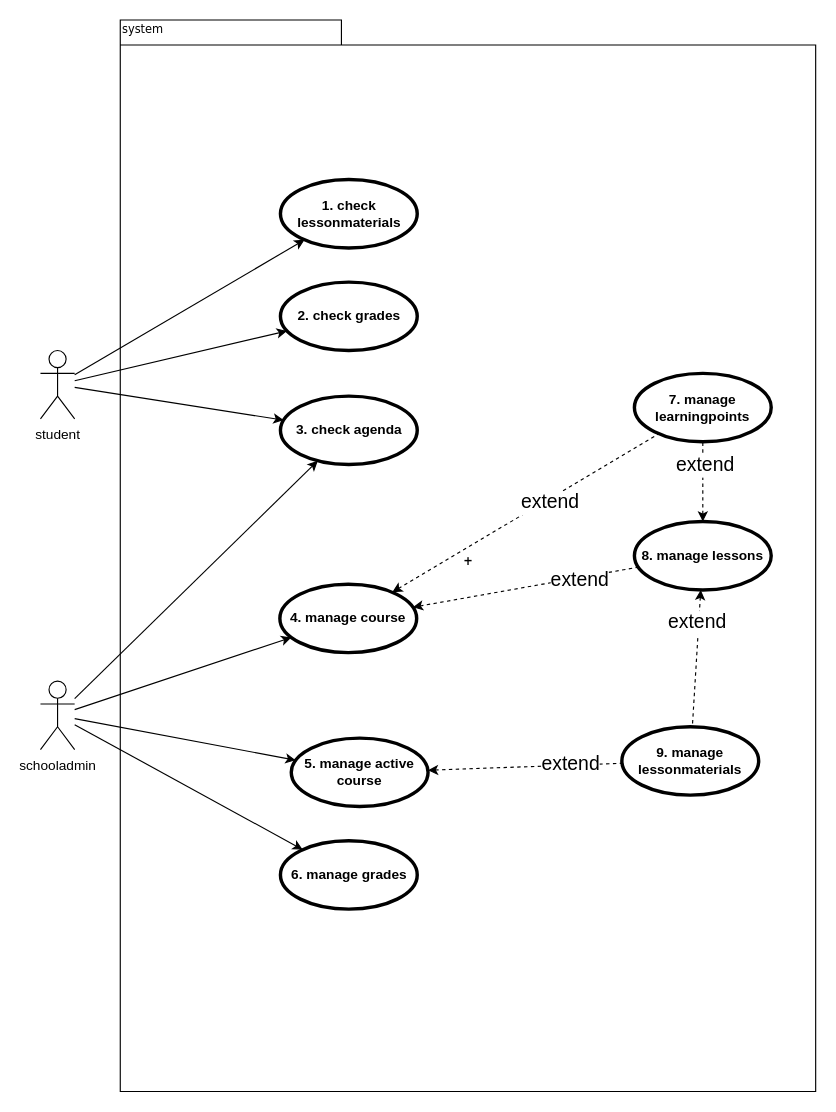
Earlier version of the draw.io diagram docu/diagrams/use case diagram.drawio (D-Hanna-HAN/OOSE). Source tidied: cells renumbered, new cells numbered last; positions are measured from the earlier drawing's top-left corner, leaving out a move shared by most shapes. Both pictures are drawn from the tidied source at 114%, with x=0, y=0 at pixel (40, 19).
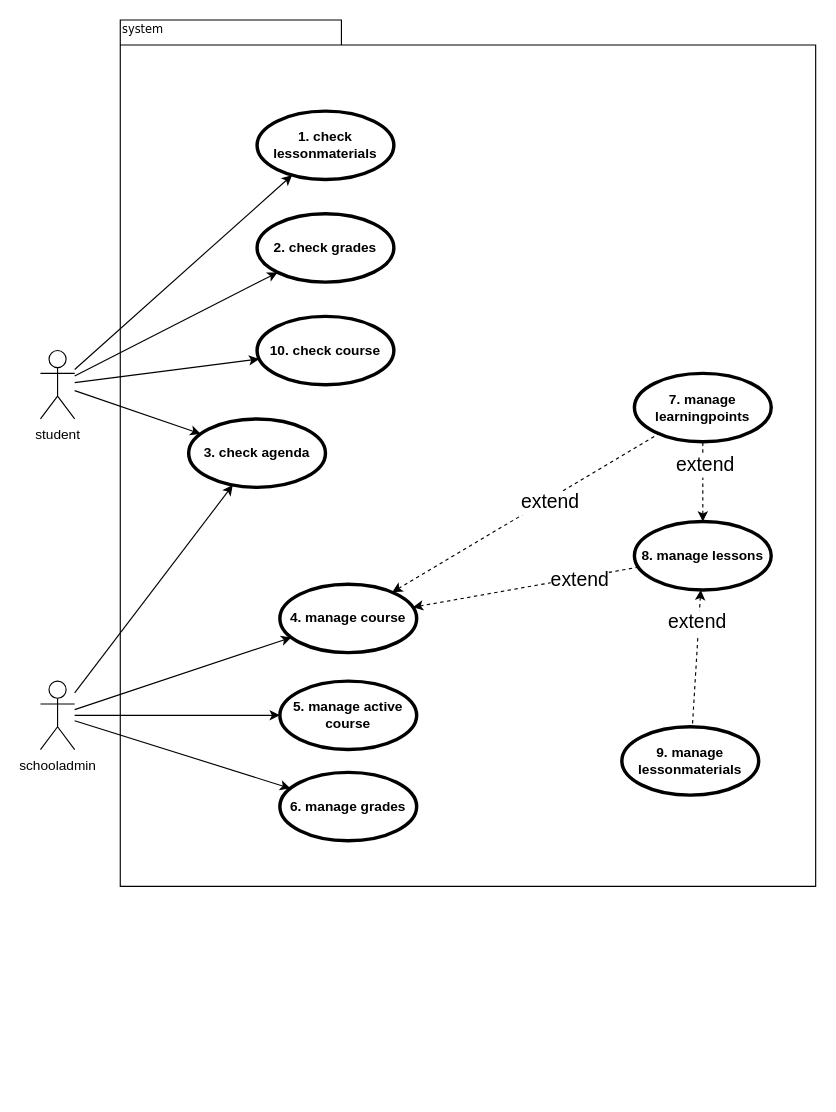
The same page after the edit.

The change refers to these unchanged cells:
```xml
<mxCell id="7" value="student" style="shape=umlActor;html=1;verticalLabelPosition=bottom;verticalAlign=top;align=center;" parent="1" vertex="1">
  <mxGeometry y="290" width="30" height="60" as="geometry" />
</mxCell>
<mxCell id="24" value="9. manage lessonmaterials" style="shape=ellipse;html=1;strokeWidth=3;fontStyle=1;whiteSpace=wrap;align=center;perimeter=ellipsePerimeter;" parent="1" vertex="1">
  <mxGeometry x="510" y="620" width="120" height="60" as="geometry" />
</mxCell>
```

Change to the diagram source:
```diff
@@
-    <mxCell id="2" value="+" style="shape=folder;fontStyle=1;spacingTop=10;tabWidth=194;tabHeight=22;tabPosition=left;html=1;rounded=0;shadow=0;comic=0;labelBackgroundColor=none;strokeWidth=1;fillColor=none;fontFamily=Verdana;fontSize=10;align=center;" parent="1" vertex="1">
-      <mxGeometry x="70" width="610" height="940" as="geometry" />
+    <mxCell id="2" style="shape=folder;fontStyle=1;spacingTop=10;tabWidth=194;tabHeight=22;tabPosition=left;html=1;rounded=0;shadow=0;comic=0;labelBackgroundColor=none;strokeWidth=1;fillColor=none;fontFamily=Verdana;fontSize=10;align=center;" parent="1" vertex="1">
+      <mxGeometry x="70" width="610" height="760" as="geometry" />
     </mxCell>
@@
+    <mxCell id="32" style="rounded=0;jettySize=auto;html=1;" parent="1" edge="1" source="7" target="33">
+      <mxGeometry relative="1" as="geometry" />
+    </mxCell>
@@
     <mxCell id="25" value="5. manage active course" style="shape=ellipse;html=1;strokeWidth=3;fontStyle=1;whiteSpace=wrap;align=center;perimeter=ellipsePerimeter;" parent="1" vertex="1">
-      <mxGeometry x="220" y="630" width="120" height="60" as="geometry" />
+      <mxGeometry x="210" y="580" width="120" height="60" as="geometry" />
     </mxCell>
-    <mxCell id="26" style="edgeStyle=none;rounded=0;jettySize=auto;html=1;dashed=1;startArrow=classic;startFill=1;endArrow=none;endFill=0;" parent="1" edge="1" source="25" target="24">
-      <mxGeometry relative="1" as="geometry" />
-    </mxCell>
-    <mxCell id="27" value="extend" style="edgeLabel;html=1;align=center;verticalAlign=middle;fontSize=17;" parent="26" vertex="1">
-      <mxGeometry x="0.47" y="1" relative="1" as="geometry" />
-    </mxCell>
     <mxCell id="28" value="3. check agenda" style="shape=ellipse;html=1;strokeWidth=3;fontStyle=1;whiteSpace=wrap;align=center;perimeter=ellipsePerimeter;" parent="1" vertex="1">
-      <mxGeometry x="210.5" y="330" width="120" height="60" as="geometry" />
+      <mxGeometry x="130" y="350" width="120" height="60" as="geometry" />
     </mxCell>
     <mxCell id="29" value="6. manage grades" style="shape=ellipse;html=1;strokeWidth=3;fontStyle=1;whiteSpace=wrap;align=center;perimeter=ellipsePerimeter;" parent="1" vertex="1">
-      <mxGeometry x="210.5" y="720" width="120" height="60" as="geometry" />
+      <mxGeometry x="210" y="660" width="120" height="60" as="geometry" />
     </mxCell>
     <mxCell id="30" value="2. check grades" style="shape=ellipse;html=1;strokeWidth=3;fontStyle=1;whiteSpace=wrap;align=center;perimeter=ellipsePerimeter;" parent="1" vertex="1">
-      <mxGeometry x="210.5" y="230" width="120" height="60" as="geometry" />
+      <mxGeometry x="190" y="170" width="120" height="60" as="geometry" />
     </mxCell>
     <mxCell id="31" value="1. check lessonmaterials" style="shape=ellipse;html=1;strokeWidth=3;fontStyle=1;whiteSpace=wrap;align=center;perimeter=ellipsePerimeter;" parent="1" vertex="1">
-      <mxGeometry x="210.5" y="140" width="120" height="60" as="geometry" />
+      <mxGeometry x="190" y="80" width="120" height="60" as="geometry" />
     </mxCell>
+    <mxCell id="33" value="10. check course" style="shape=ellipse;html=1;strokeWidth=3;fontStyle=1;whiteSpace=wrap;align=center;perimeter=ellipsePerimeter;" parent="1" vertex="1">
+      <mxGeometry x="190" y="260" width="120" height="60" as="geometry" />
+    </mxCell>
```
